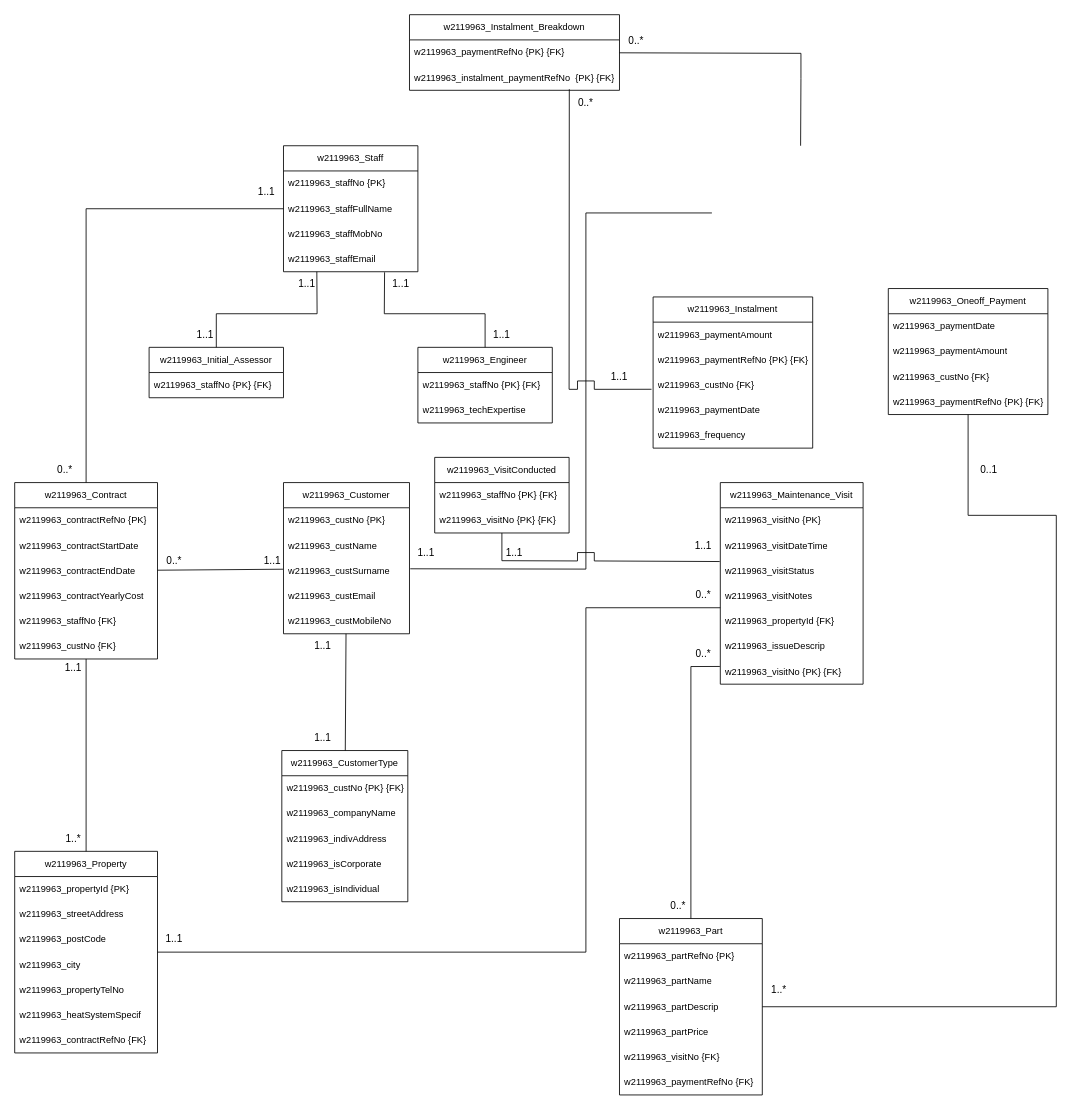
Above: page "diagram_layout" (2 of 2) of DB_CW_Part_B_Logical_EERD.drawio in Anuja-jayasinghe/DrawIo_Projects (draw.io), before the change. Source tidied: cells renumbered, new cells numbered last; positions are measured from the earlier drawing's top-left corner, leaving out a move shared by most shapes. Both pictures are drawn from the tidied source at 84%, with x=0, y=0 at pixel (14, 14).
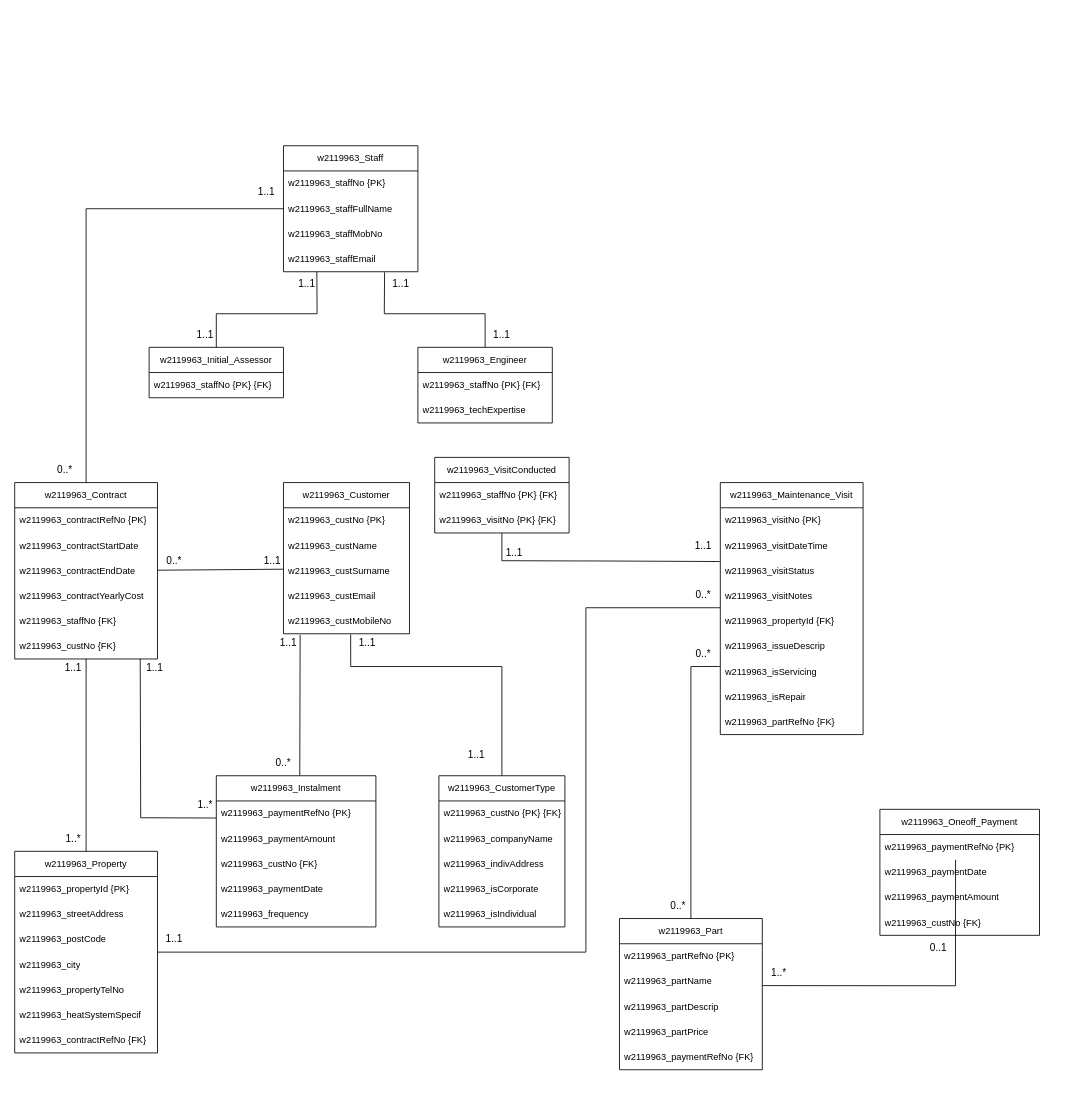
The same page after the edit.

The change refers to these unchanged cells:
```xml
<mxCell id="12" value="w2119963_Customer" style="swimlane;fontStyle=0;horizontal=1;startSize=30;whiteSpace=wrap;html=1;fontSize=11;" parent="1" vertex="1">
  <mxGeometry x="320" y="557" width="150" height="180" as="geometry" />
</mxCell>
<mxCell id="15" value="&lt;span style=&quot;text-align: center;&quot;&gt;w2119963_custSurname&lt;/span&gt;" style="text;strokeColor=none;fillColor=none;align=left;verticalAlign=middle;spacingLeft=4;spacingRight=4;overflow=hidden;points=[[0,0.5],[1,0.5]];portConstraint=eastwest;whiteSpace=wrap;html=1;fontSize=11;" parent="12" vertex="1">
  <mxGeometry y="90" width="150" height="30" as="geometry" />
</mxCell>
<mxCell id="17" value="&lt;span style=&quot;text-align: center;&quot;&gt;w2119963_custMobileNo&lt;/span&gt;" style="text;strokeColor=none;fillColor=none;align=left;verticalAlign=middle;spacingLeft=4;spacingRight=4;overflow=hidden;points=[[0,0.5],[1,0.5]];portConstraint=eastwest;whiteSpace=wrap;html=1;fontSize=11;" parent="12" vertex="1">
  <mxGeometry y="150" width="150" height="30" as="geometry" />
</mxCell>
<mxCell id="30" value="&lt;span style=&quot;text-align: center;&quot;&gt;w2119963_custNo {FK}&lt;/span&gt;" style="text;strokeColor=none;fillColor=none;align=left;verticalAlign=middle;spacingLeft=4;spacingRight=4;overflow=hidden;points=[[0,0.5],[1,0.5]];portConstraint=eastwest;whiteSpace=wrap;html=1;fontSize=11;" parent="24" vertex="1">
  <mxGeometry y="180" width="170" height="30" as="geometry" />
</mxCell>
<mxCell id="49" value="&lt;span style=&quot;text-align: center;&quot;&gt;w2119963_partName&lt;/span&gt;" style="text;strokeColor=none;fillColor=none;align=left;verticalAlign=middle;spacingLeft=4;spacingRight=4;overflow=hidden;points=[[0,0.5],[1,0.5]];portConstraint=eastwest;whiteSpace=wrap;html=1;fontSize=11;" parent="47" vertex="1">
  <mxGeometry y="60" width="170" height="30" as="geometry" />
</mxCell>
<mxCell id="62" value="&lt;span style=&quot;text-align: center;&quot;&gt;w2119963_custNo {FK}&lt;/span&gt;" style="text;strokeColor=none;fillColor=none;align=left;verticalAlign=middle;spacingLeft=4;spacingRight=4;overflow=hidden;points=[[0,0.5],[1,0.5]];portConstraint=eastwest;whiteSpace=wrap;html=1;fontSize=11;" parent="59" vertex="1">
  <mxGeometry y="90" width="190" height="30" as="geometry" />
</mxCell>
<mxCell id="105" value="w2119963_VisitConducted" style="swimlane;fontStyle=0;horizontal=1;startSize=30;whiteSpace=wrap;html=1;fontSize=11;" parent="1" vertex="1">
  <mxGeometry x="500" y="527" width="160" height="90" as="geometry" />
</mxCell>
```

Change to the diagram source:
```diff
@@
     <mxCell id="18" value="w2119963_CustomerType" style="swimlane;fontStyle=0;horizontal=1;startSize=30;whiteSpace=wrap;html=1;fontSize=11;" parent="1" vertex="1">
-      <mxGeometry x="318" y="876" width="150" height="180" as="geometry" />
+      <mxGeometry x="505" y="906" width="150" height="180" as="geometry" />
     </mxCell>
@@
     <mxCell id="39" value="w2119963_Maintenance_Visit" style="swimlane;fontStyle=0;horizontal=1;startSize=30;whiteSpace=wrap;html=1;fontSize=11;" parent="1" vertex="1">
-      <mxGeometry x="840" y="557" width="170" height="240" as="geometry" />
+      <mxGeometry x="840" y="557" width="170" height="300" as="geometry" />
     </mxCell>
@@
-    <mxCell id="46" value="&lt;span style=&quot;text-align: center;&quot;&gt;w2119963_visitNo {PK} {FK}&lt;/span&gt;" style="text;strokeColor=none;fillColor=none;align=left;verticalAlign=middle;spacingLeft=4;spacingRight=4;overflow=hidden;whiteSpace=wrap;html=1;fontSize=11;" parent="39" vertex="1">
-      <mxGeometry y="210" width="170" height="30" as="geometry" />
-    </mxCell>
+    <mxCell id="108" value="&lt;div style=&quot;text-align: center;&quot;&gt;&lt;span style=&quot;background-color: transparent;&quot;&gt;w2119963_isServicing&lt;/span&gt;&lt;/div&gt;" style="text;strokeColor=none;fillColor=none;align=left;verticalAlign=middle;spacingLeft=4;spacingRight=4;overflow=hidden;whiteSpace=wrap;html=1;fontSize=11;" parent="39" vertex="1">
+      <mxGeometry y="210" width="170" height="30" as="geometry" />
+    </mxCell>
+    <mxCell id="109" value="&lt;div style=&quot;text-align: center;&quot;&gt;w2119963_isRepair&lt;/div&gt;" style="text;strokeColor=none;fillColor=none;align=left;verticalAlign=middle;spacingLeft=4;spacingRight=4;overflow=hidden;whiteSpace=wrap;html=1;fontSize=11;" parent="39" vertex="1">
+      <mxGeometry y="240" width="170" height="30" as="geometry" />
+    </mxCell>
+    <mxCell id="110" value="&lt;div style=&quot;text-align: center;&quot;&gt;w2119963_partRefNo {FK}&lt;/div&gt;" style="text;strokeColor=none;fillColor=none;align=left;verticalAlign=middle;spacingLeft=4;spacingRight=4;overflow=hidden;whiteSpace=wrap;html=1;fontSize=11;" parent="39" vertex="1">
+      <mxGeometry y="270" width="170" height="30" as="geometry" />
+    </mxCell>
     <mxCell id="47" value="w2119963_Part" style="swimlane;fontStyle=0;horizontal=1;startSize=30;whiteSpace=wrap;html=1;fontSize=11;" parent="1" vertex="1">
-      <mxGeometry x="720" y="1076" width="170" height="210" as="geometry" />
+      <mxGeometry x="720" y="1076" width="170" height="180" as="geometry" />
     </mxCell>
@@
-    <mxCell id="52" value="&lt;span style=&quot;text-align: center;&quot;&gt;w2119963_visitNo {FK}&lt;/span&gt;" style="text;strokeColor=none;fillColor=none;align=left;verticalAlign=middle;spacingLeft=4;spacingRight=4;overflow=hidden;whiteSpace=wrap;html=1;fontSize=11;" parent="47" vertex="1">
-      <mxGeometry y="150" width="170" height="30" as="geometry" />
-    </mxCell>
     <mxCell id="53" value="&lt;span style=&quot;text-align: center;&quot;&gt;w2119963_paymentRefNo {FK}&lt;/span&gt;" style="text;strokeColor=none;fillColor=none;align=left;verticalAlign=middle;spacingLeft=4;spacingRight=4;overflow=hidden;whiteSpace=wrap;html=1;fontSize=11;" parent="47" vertex="1">
-      <mxGeometry y="180" width="170" height="30" as="geometry" />
+      <mxGeometry y="150" width="170" height="30" as="geometry" />
     </mxCell>
     <mxCell id="54" value="w2119963_Oneoff_Payment" style="swimlane;fontStyle=0;horizontal=1;startSize=30;whiteSpace=wrap;html=1;fontSize=11;" parent="1" vertex="1">
-      <mxGeometry x="1040" y="326" width="190" height="150" as="geometry" />
+      <mxGeometry x="1030" y="946" width="190" height="150" as="geometry" />
     </mxCell>
+    <mxCell id="58" value="&lt;span style=&quot;text-align: center;&quot;&gt;w2119963_paymentRefNo {PK}&lt;/span&gt;" style="text;strokeColor=none;fillColor=none;align=left;verticalAlign=middle;spacingLeft=4;spacingRight=4;overflow=hidden;points=[[0,0.5],[1,0.5]];portConstraint=eastwest;whiteSpace=wrap;html=1;fontSize=11;" parent="54" vertex="1">
+      <mxGeometry y="30" width="190" height="30" as="geometry" />
+    </mxCell>
     <mxCell id="55" value="&lt;span style=&quot;text-align: center;&quot;&gt;w2119963_paymentDate&lt;/span&gt;" style="text;strokeColor=none;fillColor=none;align=left;verticalAlign=middle;spacingLeft=4;spacingRight=4;overflow=hidden;whiteSpace=wrap;html=1;fontSize=11;" parent="54" vertex="1">
-      <mxGeometry y="30" width="190" height="30" as="geometry" />
+      <mxGeometry y="60" width="190" height="30" as="geometry" />
     </mxCell>
     <mxCell id="56" value="&lt;span style=&quot;text-align: center;&quot;&gt;w2119963_paymentAmount&lt;/span&gt;" style="text;strokeColor=none;fillColor=none;align=left;verticalAlign=middle;spacingLeft=4;spacingRight=4;overflow=hidden;whiteSpace=wrap;html=1;fontSize=11;" parent="54" vertex="1">
-      <mxGeometry y="60" width="190" height="30" as="geometry" />
+      <mxGeometry y="90" width="190" height="30" as="geometry" />
     </mxCell>
     <mxCell id="57" value="&lt;span style=&quot;text-align: center;&quot;&gt;w2119963_custNo {FK}&lt;/span&gt;" style="text;strokeColor=none;fillColor=none;align=left;verticalAlign=middle;spacingLeft=4;spacingRight=4;overflow=hidden;whiteSpace=wrap;html=1;fontSize=11;" parent="54" vertex="1">
-      <mxGeometry y="90" width="190" height="30" as="geometry" />
+      <mxGeometry y="120" width="190" height="30" as="geometry" />
     </mxCell>
-    <mxCell id="58" value="&lt;span style=&quot;text-align: center;&quot;&gt;w2119963_paymentRefNo {PK} {FK}&lt;/span&gt;" style="text;strokeColor=none;fillColor=none;align=left;verticalAlign=middle;spacingLeft=4;spacingRight=4;overflow=hidden;points=[[0,0.5],[1,0.5]];portConstraint=eastwest;whiteSpace=wrap;html=1;fontSize=11;" parent="54" vertex="1">
-      <mxGeometry y="120" width="190" height="30" as="geometry" />
-    </mxCell>
     <mxCell id="59" value="w2119963_Instalment" style="swimlane;fontStyle=0;horizontal=1;startSize=30;whiteSpace=wrap;html=1;fontSize=11;" parent="1" vertex="1">
-      <mxGeometry x="760" y="336" width="190" height="180" as="geometry" />
+      <mxGeometry x="240" y="906" width="190" height="180" as="geometry" />
     </mxCell>
+    <mxCell id="61" value="&lt;span style=&quot;text-align: center;&quot;&gt;w2119963_paymentRefNo {PK}&lt;/span&gt;" style="text;strokeColor=none;fillColor=none;align=left;verticalAlign=middle;spacingLeft=4;spacingRight=4;overflow=hidden;whiteSpace=wrap;html=1;fontSize=11;" parent="59" vertex="1">
+      <mxGeometry y="30" width="190" height="30" as="geometry" />
+    </mxCell>
     <mxCell id="60" value="&lt;span style=&quot;text-align: center;&quot;&gt;w2119963_paymentAmount&lt;/span&gt;" style="text;strokeColor=none;fillColor=none;align=left;verticalAlign=middle;spacingLeft=4;spacingRight=4;overflow=hidden;whiteSpace=wrap;html=1;fontSize=11;" parent="59" vertex="1">
-      <mxGeometry y="30" width="190" height="30" as="geometry" />
+      <mxGeometry y="60" width="190" height="30" as="geometry" />
     </mxCell>
-    <mxCell id="61" value="&lt;span style=&quot;text-align: center;&quot;&gt;w2119963_paymentRefNo {PK} {FK}&lt;/span&gt;" style="text;strokeColor=none;fillColor=none;align=left;verticalAlign=middle;spacingLeft=4;spacingRight=4;overflow=hidden;whiteSpace=wrap;html=1;fontSize=11;" parent="59" vertex="1">
-      <mxGeometry y="60" width="190" height="30" as="geometry" />
-    </mxCell>
@@
-    <mxCell id="65" value="w2119963_Instalment_Breakdown" style="swimlane;fontStyle=0;horizontal=1;startSize=30;whiteSpace=wrap;html=1;fontSize=11;" parent="1" vertex="1">
-      <mxGeometry x="470" width="250" height="90" as="geometry" />
-    </mxCell>
-    <mxCell id="66" value="w2119963_paymentRefNo {PK} {FK}" style="text;strokeColor=none;fillColor=none;align=left;verticalAlign=middle;spacingLeft=4;spacingRight=4;overflow=hidden;whiteSpace=wrap;html=1;fontSize=11;" parent="65" vertex="1">
-      <mxGeometry y="30" width="250" height="30" as="geometry" />
-    </mxCell>
-    <mxCell id="67" value="&lt;div style=&quot;text-align: center;&quot;&gt;&lt;span style=&quot;background-color: transparent;&quot;&gt;w2119963_instalment_paymentRefNo&amp;nbsp; {PK} {FK}&lt;/span&gt;&lt;/div&gt;" style="text;strokeColor=none;fillColor=none;align=left;verticalAlign=middle;spacingLeft=4;spacingRight=4;overflow=hidden;points=[[0,0.5],[1,0.5]];portConstraint=eastwest;whiteSpace=wrap;html=1;fontSize=11;" parent="65" vertex="1">
-      <mxGeometry y="60" width="250" height="30" as="geometry" />
-    </mxCell>
-    <mxCell id="68" style="endArrow=none;html=1;rounded=0;" parent="1" edge="1" target="65">
-      <mxGeometry relative="1" as="geometry">
-        <mxPoint x="935.6" y="156" as="sourcePoint" />
-        <Array as="points">
-          <mxPoint x="936" y="76" />
-          <mxPoint x="936" y="46" />
-        </Array>
-      </mxGeometry>
-    </mxCell>
@@
-    <mxCell id="72" style="endArrow=none;html=1;rounded=0;exitX=1.006;exitY=0.421;exitDx=0;exitDy=0;exitPerimeter=0;" parent="1" edge="1" source="15">
-      <mxGeometry relative="1" as="geometry">
-        <mxPoint x="830" y="236" as="targetPoint" />
-        <Array as="points">
-          <mxPoint x="680" y="660" />
-          <mxPoint x="680" y="236" />
-        </Array>
-      </mxGeometry>
-    </mxCell>
@@
     <mxCell id="78" value="1..1" style="text;html=1;whiteSpace=wrap;strokeColor=none;fillColor=none;align=center;verticalAlign=middle;rounded=0;" parent="1" vertex="1">
-      <mxGeometry x="337" y="737" width="60" height="30" as="geometry" />
+      <mxGeometry x="390" y="733" width="60" height="30" as="geometry" />
     </mxCell>
     <mxCell id="79" value="1..1" style="text;html=1;whiteSpace=wrap;strokeColor=none;fillColor=none;align=center;verticalAlign=middle;rounded=0;" parent="1" vertex="1">
-      <mxGeometry x="337" y="846" width="60" height="30" as="geometry" />
+      <mxGeometry x="520" y="866" width="60" height="30" as="geometry" />
     </mxCell>
@@
-    <mxCell id="85" value="1..1" style="text;html=1;whiteSpace=wrap;strokeColor=none;fillColor=none;align=center;verticalAlign=middle;rounded=0;" parent="1" vertex="1">
-      <mxGeometry x="460" y="626" width="60" height="30" as="geometry" />
-    </mxCell>
@@
     <mxCell id="88" style="endArrow=none;html=1;rounded=0;exitX=-0.004;exitY=0.324;exitDx=0;exitDy=0;exitPerimeter=0;" parent="1" edge="1" target="105">
       <mxGeometry relative="1" as="geometry">
         <mxPoint x="839.3" y="651" as="sourcePoint" />
         <Array as="points">
           <mxPoint x="690" y="650.3" />
-          <mxPoint x="690" y="640.3" />
-          <mxPoint x="670" y="640.3" />
           <mxPoint x="670" y="650.3" />
           <mxPoint x="580" y="650" />
         </Array>
       </mxGeometry>
     </mxCell>
@@
-    <mxCell id="95" style="endArrow=none;html=1;rounded=0;" parent="1" edge="1" source="47" target="54">
-      <mxGeometry relative="1" as="geometry">
-        <Array as="points">
-          <mxPoint x="1240" y="1181" />
-          <mxPoint x="1240" y="596" />
-          <mxPoint x="1135" y="596" />
-        </Array>
-      </mxGeometry>
-    </mxCell>
@@
     <mxCell id="97" value="1..*" style="text;html=1;whiteSpace=wrap;strokeColor=none;fillColor=none;align=center;verticalAlign=middle;rounded=0;" parent="1" vertex="1">
-      <mxGeometry x="880" y="1146" width="60" height="30" as="geometry" />
+      <mxGeometry x="880" y="1126" width="60" height="30" as="geometry" />
     </mxCell>
     <mxCell id="98" value="0..1" style="text;html=1;whiteSpace=wrap;strokeColor=none;fillColor=none;align=center;verticalAlign=middle;rounded=0;" parent="1" vertex="1">
-      <mxGeometry x="1130" y="527" width="60" height="30" as="geometry" />
+      <mxGeometry x="1070" y="1096" width="60" height="30" as="geometry" />
     </mxCell>
-    <mxCell id="99" style="endArrow=none;html=1;rounded=0;entryX=-0.01;entryY=0.664;entryDx=0;entryDy=0;entryPerimeter=0;exitX=0.761;exitY=0.958;exitDx=0;exitDy=0;exitPerimeter=0;" parent="1" edge="1" source="67" target="62">
-      <mxGeometry relative="1" as="geometry">
-        <Array as="points">
-          <mxPoint x="660" y="446" />
-          <mxPoint x="670" y="446" />
-          <mxPoint x="670" y="436" />
-          <mxPoint x="690" y="436" />
-          <mxPoint x="690" y="446" />
-        </Array>
-      </mxGeometry>
-    </mxCell>
-    <mxCell id="100" value="0..*" style="text;html=1;whiteSpace=wrap;strokeColor=none;fillColor=none;align=center;verticalAlign=middle;rounded=0;" parent="1" vertex="1">
-      <mxGeometry x="710" y="16" width="60" height="30" as="geometry" />
-    </mxCell>
-    <mxCell id="101" value="1..1" style="text;html=1;whiteSpace=wrap;strokeColor=none;fillColor=none;align=center;verticalAlign=middle;rounded=0;" parent="1" vertex="1">
-      <mxGeometry x="690" y="416" width="60" height="30" as="geometry" />
-    </mxCell>
-    <mxCell id="102" value="0..*" style="text;html=1;whiteSpace=wrap;strokeColor=none;fillColor=none;align=center;verticalAlign=middle;rounded=0;" parent="1" vertex="1">
-      <mxGeometry x="650" y="90" width="60" height="30" as="geometry" />
-    </mxCell>
@@
-    <mxCell id="104" style="endArrow=none;html=1;rounded=0;" parent="1" edge="1" source="12" target="18">
-      <mxGeometry relative="1" as="geometry" />
+    <mxCell id="104" style="endArrow=none;html=1;rounded=0;exitX=0.533;exitY=1.027;exitDx=0;exitDy=0;exitPerimeter=0;" parent="1" edge="1" source="17" target="18">
+      <mxGeometry relative="1" as="geometry">
+        <Array as="points">
+          <mxPoint x="400" y="776" />
+          <mxPoint x="580" y="776" />
+        </Array>
+      </mxGeometry>
     </mxCell>
@@
+    <mxCell id="111" style="endArrow=none;html=1;rounded=0;entryX=0.523;entryY=-0.002;entryDx=0;entryDy=0;entryPerimeter=0;exitX=0.132;exitY=1.042;exitDx=0;exitDy=0;exitPerimeter=0;" parent="1" edge="1" source="17" target="59">
+      <mxGeometry relative="1" as="geometry" />
+    </mxCell>
+    <mxCell id="112" style="endArrow=none;html=1;rounded=0;exitX=0.879;exitY=1;exitDx=0;exitDy=0;exitPerimeter=0;entryX=0.715;entryY=1.011;entryDx=0;entryDy=0;entryPerimeter=0;" parent="1" edge="1" source="30" target="113">
+      <mxGeometry relative="1" as="geometry">
+        <Array as="points">
+          <mxPoint x="150" y="956" />
+        </Array>
+      </mxGeometry>
+    </mxCell>
+    <mxCell id="113" value="1..*" style="text;html=1;whiteSpace=wrap;strokeColor=none;fillColor=none;align=center;verticalAlign=middle;rounded=0;" parent="1" vertex="1">
+      <mxGeometry x="197" y="926" width="60" height="30" as="geometry" />
+    </mxCell>
+    <mxCell id="114" value="1..1" style="text;html=1;whiteSpace=wrap;strokeColor=none;fillColor=none;align=center;verticalAlign=middle;rounded=0;" parent="1" vertex="1">
+      <mxGeometry x="137" y="763" width="60" height="30" as="geometry" />
+    </mxCell>
+    <mxCell id="115" value="1..1" style="text;html=1;whiteSpace=wrap;strokeColor=none;fillColor=none;align=center;verticalAlign=middle;rounded=0;" parent="1" vertex="1">
+      <mxGeometry x="296" y="733" width="60" height="30" as="geometry" />
+    </mxCell>
+    <mxCell id="116" value="0..*" style="text;html=1;whiteSpace=wrap;strokeColor=none;fillColor=none;align=center;verticalAlign=middle;rounded=0;" parent="1" vertex="1">
+      <mxGeometry x="290" y="876" width="60" height="30" as="geometry" />
+    </mxCell>
+    <mxCell id="117" style="endArrow=none;html=1;rounded=0;entryX=0.474;entryY=1;entryDx=0;entryDy=0;entryPerimeter=0;exitX=1;exitY=0.661;exitDx=0;exitDy=0;exitPerimeter=0;" parent="1" edge="1" source="49" target="58">
+      <mxGeometry relative="1" as="geometry">
+        <Array as="points">
+          <mxPoint x="1120" y="1156" />
+        </Array>
+      </mxGeometry>
+    </mxCell>
```
